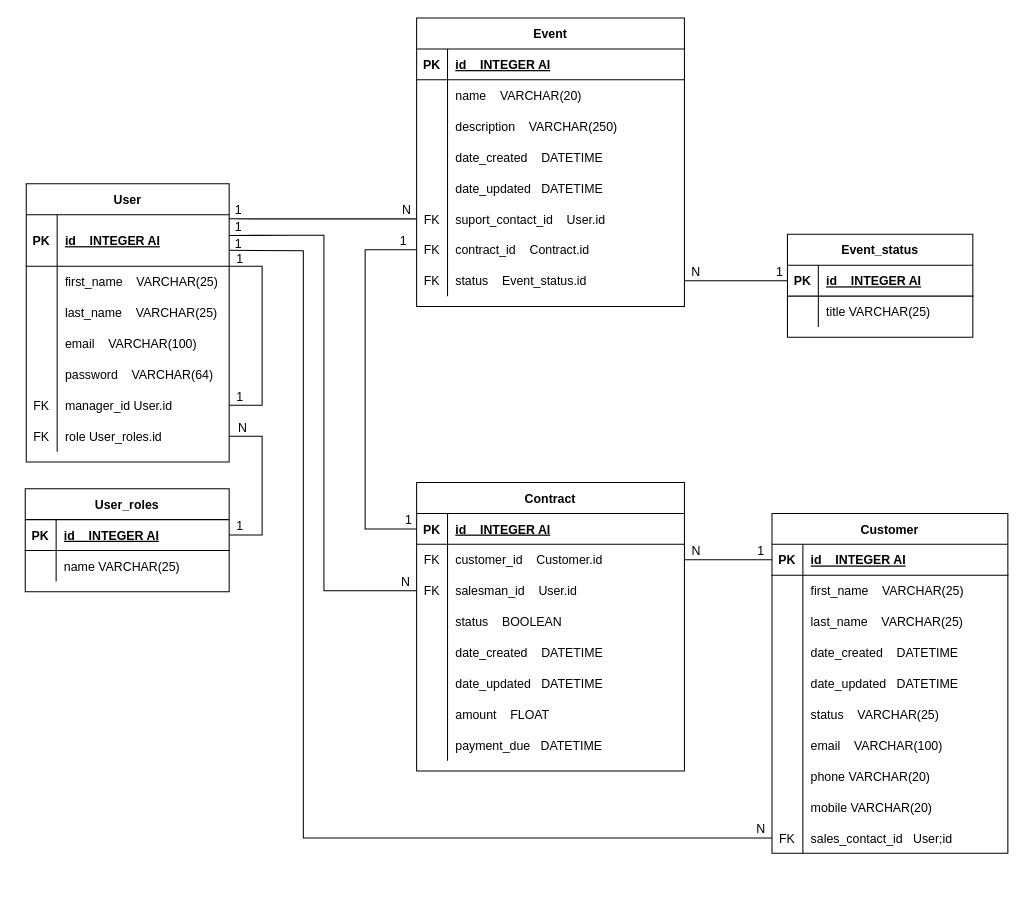
This is ERD/epic_event_erd.drawio from zionhigt/Sebastian_Larcher-Laffont_DAP_P12, a draw.io file, before an edit. Source tidied: cells renumbered, new cells numbered last; positions are measured from the earlier drawing's top-left corner, leaving out a move shared by most shapes. Both pictures are drawn from the tidied source at 103%, with x=0, y=0 at pixel (25, 18).
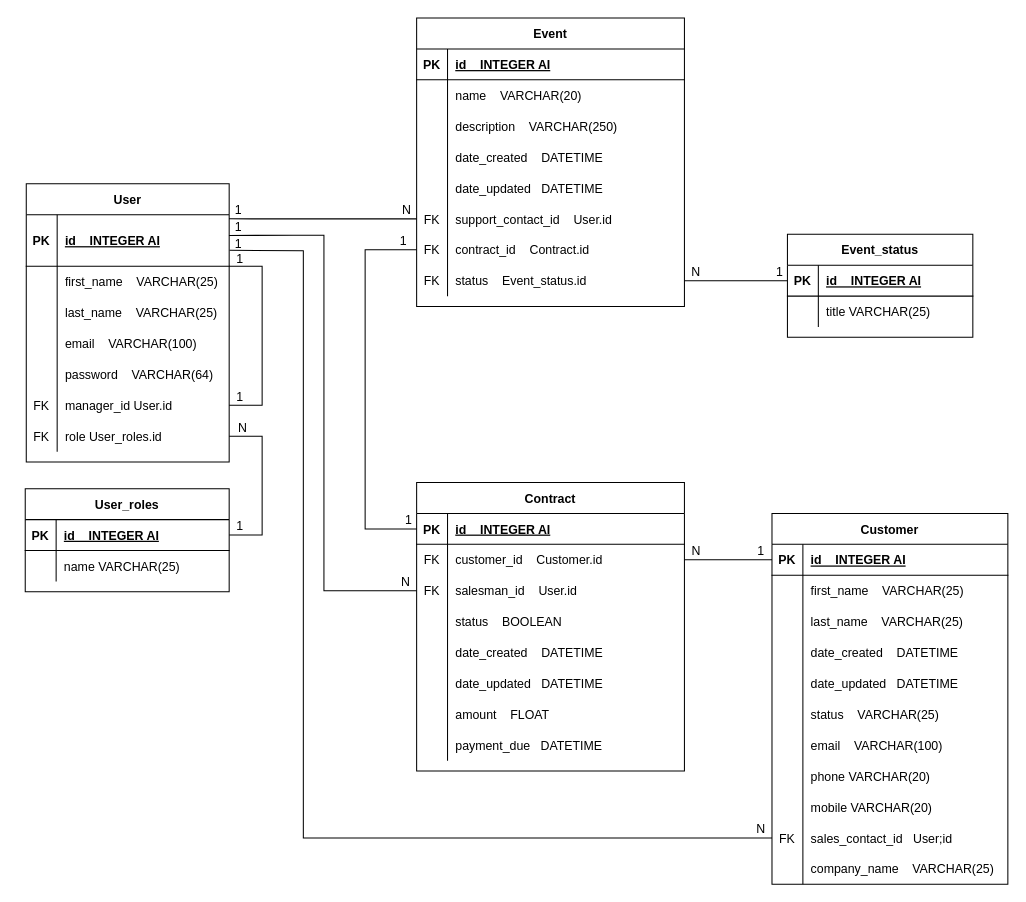
Above is the later version.

Unchanged cells that the change refers to:
```xml
<mxCell id="81" style="shape=tableRow;horizontal=0;startSize=0;swimlaneHead=0;swimlaneBody=0;fillColor=none;points=[[0,0.5],[1,0.5]];portConstraint=eastwest;top=0;left=0;right=0;bottom=0;" parent="65" vertex="1">
  <mxGeometry y="180" width="260" height="30" as="geometry" />
</mxCell>
```

The edit, as a diff of the source:
```diff
@@
     <mxCell id="26" value="Customer" style="shape=table;startSize=30;childLayout=tableLayout;rowLines=0;fontStyle=1;align=center;" parent="1" vertex="1">
-      <mxGeometry x="725" y="481" width="229" height="330" as="geometry" />
+      <mxGeometry x="725" y="481" width="229" height="360" as="geometry" />
     </mxCell>
@@
+    <mxCell id="144" style="shape=tableRow;horizontal=0;startSize=0;swimlaneHead=0;swimlaneBody=0;fillColor=none;top=0;left=0;right=0;bottom=0;" parent="26" vertex="1">
+      <mxGeometry y="330" width="229" height="30" as="geometry" />
+    </mxCell>
+    <mxCell id="145" style="shape=partialRectangle;fillColor=none;top=0;left=0;bottom=0;right=0;overflow=hidden;" parent="144" vertex="1">
+      <mxGeometry width="30" height="30" as="geometry" />
+    </mxCell>
+    <mxCell id="146" value="company_name    VARCHAR(25)" style="shape=partialRectangle;fillColor=none;top=0;left=0;bottom=0;right=0;align=left;spacingLeft=6;overflow=hidden;" parent="144" vertex="1">
+      <mxGeometry x="30" width="199" height="30" as="geometry" />
+    </mxCell>
@@
-    <mxCell id="83" value="suport_contact_id    User.id" style="shape=partialRectangle;fillColor=none;top=0;left=0;bottom=0;right=0;align=left;spacingLeft=6;fontStyle=0;overflow=hidden;" parent="81" vertex="1">
+    <mxCell id="83" value="support_contact_id    User.id" style="shape=partialRectangle;fillColor=none;top=0;left=0;bottom=0;right=0;align=left;spacingLeft=6;fontStyle=0;overflow=hidden;" parent="81" vertex="1">
       <mxGeometry x="30" width="230" height="30" as="geometry" />
     </mxCell>
```
